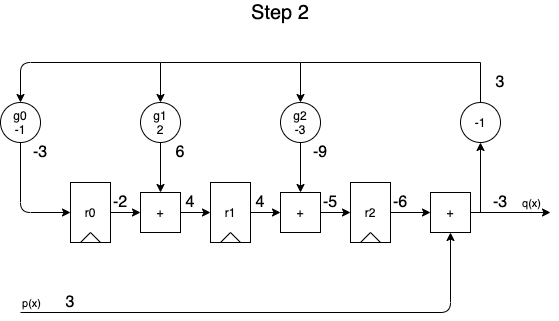
Above: assets/reed_solomon/reed_solomon-divider_diagram_step2.png in tomverbeure/tomverbeure.github.io (draw.io), before the change. Source tidied: cells renumbered, new cells last; positions are measured from the earlier drawing's top-left corner, leaving out a move shared by most shapes.
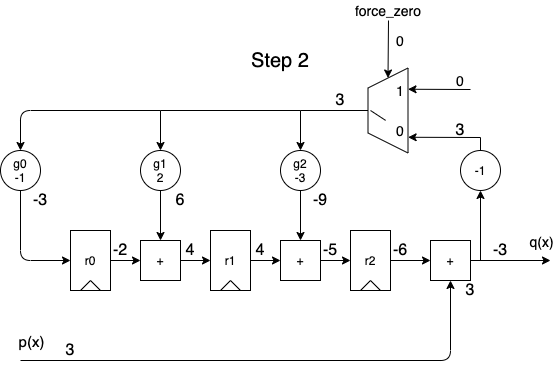
The same file after the commit.

The edit, as a diff of the source:
```diff
@@ -53,11 +53,6 @@
         </Array>
       </mxGeometry>
     </mxCell>
-    <mxCell id="14" value="p(x)" style="edgeLabel;html=1;align=center;verticalAlign=middle;" parent="13" vertex="1">
-      <mxGeometry x="-0.73" y="-1" relative="1" as="geometry">
-        <mxPoint x="-58" y="-11" as="offset" />
-      </mxGeometry>
-    </mxCell>
     <mxCell id="15" style="edgeStyle=orthogonalEdgeStyle;rounded=0;jettySize=auto;html=1;" parent="1" edge="1" source="7" target="12">
       <mxGeometry relative="1" as="geometry" />
     </mxCell>
@@ -66,11 +61,6 @@
         <mxPoint x="550" y="210" as="targetPoint" />
       </mxGeometry>
     </mxCell>
-    <mxCell id="17" value="q(x)" style="edgeLabel;html=1;align=center;verticalAlign=middle;" parent="16" vertex="1">
-      <mxGeometry x="-0.06" relative="1" as="geometry">
-        <mxPoint x="22.3" y="-10" as="offset" />
-      </mxGeometry>
-    </mxCell>
     <mxCell id="18" value="+" style="whiteSpace=wrap;html=1;fillColor=none;" parent="1" vertex="1">
       <mxGeometry x="280" y="190" width="40" height="40" as="geometry" />
     </mxCell>
@@ -80,14 +70,6 @@
     <mxCell id="20" style="endArrow=classic;html=1;entryX=0;entryY=0.5;entryDx=0;entryDy=0;exitX=1;exitY=0.5;exitDx=0;exitDy=0;" parent="1" edge="1" source="18" target="7">
       <mxGeometry relative="1" as="geometry" />
     </mxCell>
-    <mxCell id="21" style="endArrow=classic;html=1;entryX=0.5;entryY=0;entryDx=0;entryDy=0;rounded=0;" parent="1" edge="1" source="41" target="11">
-      <mxGeometry relative="1" as="geometry">
-        <Array as="points">
-          <mxPoint x="480" y="60" />
-          <mxPoint x="300" y="60" />
-        </Array>
-      </mxGeometry>
-    </mxCell>
     <mxCell id="22" style="group;" parent="1" vertex="1">
       <mxGeometry x="70" y="180" width="40" height="60" as="geometry" />
     </mxCell>
@@ -177,7 +159,7 @@
       </mxGeometry>
     </mxCell>
     <mxCell id="43" value="&lt;font style=&quot;font-size: 16px&quot;&gt;3&lt;/font&gt;" style="text;html=1;strokeColor=none;fillColor=none;align=center;verticalAlign=middle;whiteSpace=wrap;rounded=0;" parent="1" vertex="1">
-      <mxGeometry x="480" y="70" width="40" height="20" as="geometry" />
+      <mxGeometry x="440" y="70" width="40" height="20" as="geometry" />
     </mxCell>
     <mxCell id="44" value="&lt;font style=&quot;font-size: 16px&quot;&gt;6&lt;/font&gt;" style="text;html=1;strokeColor=none;fillColor=none;align=center;verticalAlign=middle;whiteSpace=wrap;rounded=0;" parent="1" vertex="1">
       <mxGeometry x="160" y="140" width="40" height="20" as="geometry" />
@@ -194,5 +176,67 @@
     <mxCell id="48" value="Step 2" style="text;html=1;strokeColor=none;fillColor=none;align=center;verticalAlign=middle;whiteSpace=wrap;rounded=0;fontSize=20;" parent="1" vertex="1">
       <mxGeometry x="230" width="100" height="20" as="geometry" />
     </mxCell>
+    <mxCell id="49" style="shape=trapezoid;perimeter=trapezoidPerimeter;whiteSpace=wrap;html=1;fixedSize=1;fillColor=none;fontSize=20;fontColor=#0000CC;rotation=-90;" parent="1" vertex="1">
+      <mxGeometry x="345" y="40" width="85" height="40" as="geometry" />
+    </mxCell>
+    <mxCell id="50" style="endArrow=classic;html=1;fontSize=20;fontColor=#0000CC;entryX=0.5;entryY=0;entryDx=0;entryDy=0;exitX=0.5;exitY=0;exitDx=0;exitDy=0;rounded=0;" parent="1" edge="1" source="49">
+      <mxGeometry relative="1" as="geometry">
+        <mxPoint x="300" y="100" as="targetPoint" />
+        <Array as="points">
+          <mxPoint x="300" y="60" />
+        </Array>
+      </mxGeometry>
+    </mxCell>
+    <mxCell id="51" style="endArrow=classic;html=1;fontSize=20;fontColor=#0000CC;entryX=0.185;entryY=1.003;entryDx=0;entryDy=0;entryPerimeter=0;exitX=0.5;exitY=0;exitDx=0;exitDy=0;rounded=0;" parent="1" edge="1" target="49">
+      <mxGeometry relative="1" as="geometry">
+        <mxPoint x="480" y="100" as="sourcePoint" />
+        <Array as="points">
+          <mxPoint x="480" y="87" />
+        </Array>
+      </mxGeometry>
+    </mxCell>
+    <mxCell id="52" style="endArrow=classic;html=1;fontSize=20;fontColor=#0000CC;entryX=0.75;entryY=1;entryDx=0;entryDy=0;" parent="1" edge="1" target="49">
+      <mxGeometry relative="1" as="geometry">
+        <mxPoint x="470" y="39" as="sourcePoint" />
+      </mxGeometry>
+    </mxCell>
+    <mxCell id="53" style="endArrow=classic;html=1;fontSize=20;fontColor=#000000;entryX=1;entryY=0.5;entryDx=0;entryDy=0;" parent="1" edge="1" target="49">
+      <mxGeometry relative="1" as="geometry">
+        <mxPoint x="388" y="-30" as="sourcePoint" />
+      </mxGeometry>
+    </mxCell>
+    <mxCell id="54" value="0" style="text;html=1;strokeColor=none;fillColor=none;align=center;verticalAlign=middle;whiteSpace=wrap;rounded=0;fontSize=14;fontColor=#000000;" parent="1" vertex="1">
+      <mxGeometry x="440" y="20" width="40" height="20" as="geometry" />
+    </mxCell>
+    <mxCell id="55" value="force_zero" style="text;html=1;strokeColor=none;fillColor=none;align=center;verticalAlign=middle;whiteSpace=wrap;rounded=0;fontSize=14;fontColor=#000000;" parent="1" vertex="1">
+      <mxGeometry x="367.5" y="-50" width="40" height="20" as="geometry" />
+    </mxCell>
+    <mxCell id="56" value="1" style="text;html=1;strokeColor=none;fillColor=none;align=center;verticalAlign=middle;whiteSpace=wrap;rounded=0;fontSize=14;fontColor=#000000;" parent="1" vertex="1">
+      <mxGeometry x="380" y="30" width="40" height="20" as="geometry" />
+    </mxCell>
+    <mxCell id="57" value="0" style="text;html=1;strokeColor=none;fillColor=none;align=center;verticalAlign=middle;whiteSpace=wrap;rounded=0;fontSize=14;fontColor=#000000;" parent="1" vertex="1">
+      <mxGeometry x="380" y="70" width="40" height="20" as="geometry" />
+    </mxCell>
+    <mxCell id="58" style="endArrow=none;html=1;fontSize=14;fontColor=#000000;entryX=0.5;entryY=0.063;entryDx=0;entryDy=0;entryPerimeter=0;endFill=0;exitX=0.127;exitY=-0.006;exitDx=0;exitDy=0;exitPerimeter=0;" parent="1" edge="1">
+      <mxGeometry relative="1" as="geometry">
+        <mxPoint x="385.1" y="69.9" as="sourcePoint" />
+        <mxPoint x="370" y="60" as="targetPoint" />
+      </mxGeometry>
+    </mxCell>
+    <mxCell id="59" value="0" style="text;html=1;strokeColor=none;fillColor=none;align=center;verticalAlign=middle;whiteSpace=wrap;rounded=0;fontSize=14;fontColor=#000000;" parent="1" vertex="1">
+      <mxGeometry x="380" y="-20" width="40" height="20" as="geometry" />
+    </mxCell>
+    <mxCell id="60" value="&lt;font style=&quot;font-size: 16px&quot;&gt;3&lt;/font&gt;" style="text;html=1;strokeColor=none;fillColor=none;align=center;verticalAlign=middle;whiteSpace=wrap;rounded=0;fontStyle=0;" parent="1" vertex="1">
+      <mxGeometry x="320" y="40" width="40" height="20" as="geometry" />
+    </mxCell>
+    <mxCell id="61" value="&lt;font style=&quot;font-size: 16px&quot;&gt;3&lt;/font&gt;" style="text;html=1;strokeColor=none;fillColor=none;align=center;verticalAlign=middle;whiteSpace=wrap;rounded=0;" parent="1" vertex="1">
+      <mxGeometry x="450" y="230" width="40" height="20" as="geometry" />
+    </mxCell>
+    <mxCell id="14" value="p(x)" style="edgeLabel;html=1;align=center;verticalAlign=middle;fontSize=15;" parent="1" vertex="1">
+      <mxGeometry x="30" y="290" as="geometry" />
+    </mxCell>
+    <mxCell id="17" value="q(x)" style="edgeLabel;html=1;align=center;verticalAlign=middle;fontSize=14;" parent="1" vertex="1">
+      <mxGeometry x="540" y="190" as="geometry" />
+    </mxCell>
   </root>
 </mxGraphModel>
```
